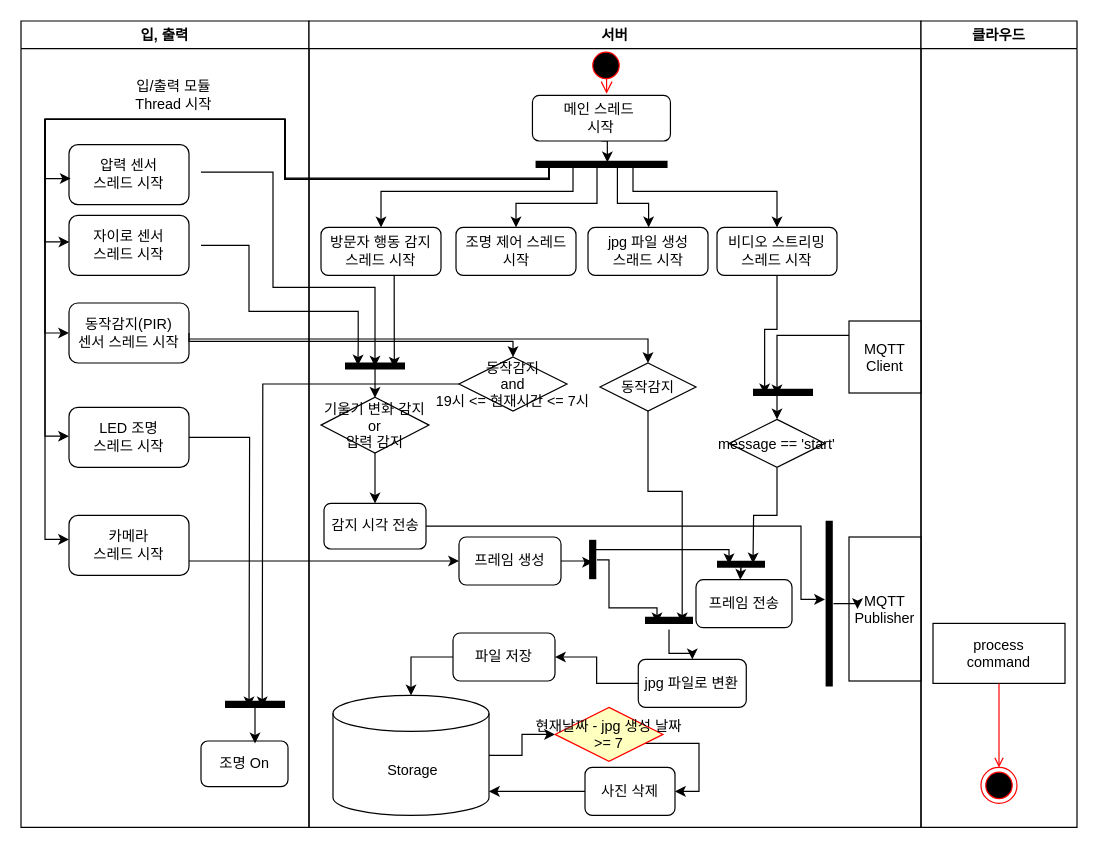
This is IoT/Untitled Diagram.drawio from woorim1022/TIL, a draw.io file, before an edit. Source tidied: cells renumbered, new cells numbered last; positions are measured from the earlier drawing's top-left corner, leaving out a move shared by most shapes. Both pictures are drawn from the tidied source at 120%, with x=0, y=0 at pixel (20, 20).
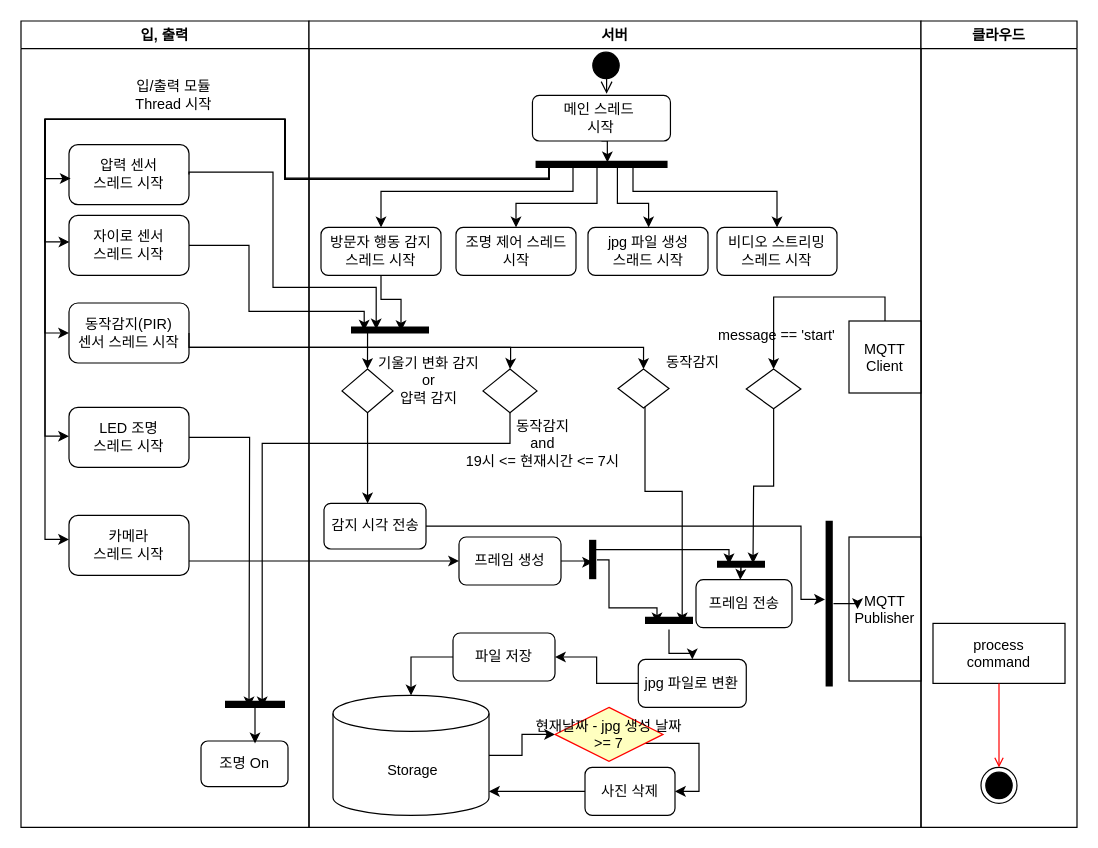
The same diagram, later.

The change refers to these unchanged cells:
```xml
<mxCell id="4" value="&lt;span&gt;압력 센서&lt;/span&gt;&lt;br&gt;스레드 시작" style="rounded=1;whiteSpace=wrap;html=1;startSize=23;" parent="2" vertex="1">
  <mxGeometry x="40" y="103" width="100" height="50" as="geometry" />
</mxCell>
<mxCell id="5" value="자이로 센서&lt;br style=&quot;padding: 0px ; margin: 0px&quot;&gt;스레드 시작" style="rounded=1;whiteSpace=wrap;html=1;startSize=23;" parent="2" vertex="1">
  <mxGeometry x="40" y="162" width="100" height="50" as="geometry" />
</mxCell>
<mxCell id="6" value="동작감지(PIR)&lt;br&gt;센서 스레드 시작" style="rounded=1;whiteSpace=wrap;html=1;startSize=23;" parent="2" vertex="1">
  <mxGeometry x="40" y="235" width="100" height="50" as="geometry" />
</mxCell>
<mxCell id="10" value="서버" style="swimlane;whiteSpace=wrap;startSize=23;" parent="1" vertex="1">
  <mxGeometry x="240" width="510" height="672" as="geometry" />
</mxCell>
<mxCell id="13" value="메인 스레드&amp;nbsp;&lt;br&gt;시작" style="rounded=1;whiteSpace=wrap;html=1;" parent="10" vertex="1">
  <mxGeometry x="186.2" y="62" width="115" height="38" as="geometry" />
</mxCell>
<mxCell id="20" value="MQTT&#10;Client" parent="10" vertex="1">
  <mxGeometry x="450" y="250" width="60" height="60" as="geometry" />
</mxCell>
<mxCell id="22" value="비디오 스트리밍&lt;br style=&quot;padding: 0px ; margin: 0px&quot;&gt;스레드 시작" style="rounded=1;whiteSpace=wrap;html=1;strokeColor=#000000;fillColor=#FFFFFF;" parent="10" vertex="1">
  <mxGeometry x="340" y="172" width="100" height="40" as="geometry" />
</mxCell>
<mxCell id="24" value="방문자 행동 감지&lt;br style=&quot;padding: 0px ; margin: 0px&quot;&gt;스레드 시작" style="rounded=1;whiteSpace=wrap;html=1;strokeColor=#000000;fillColor=#FFFFFF;" parent="10" vertex="1">
  <mxGeometry x="10" y="172" width="100" height="40" as="geometry" />
</mxCell>
<mxCell id="44" value="감지 시각 전송" style="rounded=1;whiteSpace=wrap;html=1;startSize=23;" parent="10" vertex="1">
  <mxGeometry x="12.5" y="402" width="85" height="38" as="geometry" />
</mxCell>
<mxCell id="52" value="클라우드" style="swimlane;whiteSpace=wrap;" parent="1" vertex="1">
  <mxGeometry x="750" width="130" height="672" as="geometry" />
</mxCell>
```

What changed in the source:
```diff
@@
-    <mxCell id="11" style="edgeStyle=elbowEdgeStyle;elbow=horizontal;verticalAlign=bottom;endArrow=open;endSize=8;strokeColor=#FF0000;endFill=1;rounded=0;exitX=0.577;exitY=0.84;exitDx=0;exitDy=0;exitPerimeter=0;entryX=0.537;entryY=-0.036;entryDx=0;entryDy=0;entryPerimeter=0;" parent="10" edge="1" source="19" target="13">
+    <mxCell id="11" style="edgeStyle=elbowEdgeStyle;elbow=horizontal;verticalAlign=bottom;endArrow=open;endSize=8;strokeColor=#000000;endFill=1;rounded=0;exitX=0.577;exitY=0.84;exitDx=0;exitDy=0;exitPerimeter=0;entryX=0.537;entryY=-0.036;entryDx=0;entryDy=0;entryPerimeter=0;" parent="10" edge="1" source="19" target="13">
       <mxGeometry x="332.5" y="10" as="geometry">
         <Array as="points">
           <mxPoint x="248" y="62" />
         </Array>
       </mxGeometry>
     </mxCell>
@@
-    <mxCell id="19" style="ellipse;shape=startState;fillColor=#000000;strokeColor=#ff0000;" parent="10" vertex="1">
+    <mxCell id="19" style="ellipse;shape=startState;fillColor=#000000;strokeColor=#000000;" parent="10" vertex="1">
       <mxGeometry x="232.5" y="22" width="30" height="30" as="geometry" />
     </mxCell>
+    <mxCell id="83" style="edgeStyle=orthogonalEdgeStyle;rounded=0;jettySize=auto;html=1;entryX=0.5;entryY=0;entryDx=0;entryDy=0;startSize=23;strokeColor=#000000;" parent="10" edge="1" source="20" target="31">
+      <mxGeometry relative="1" as="geometry">
+        <Array as="points">
+          <mxPoint x="480" y="230" />
+          <mxPoint x="387" y="230" />
+        </Array>
+      </mxGeometry>
+    </mxCell>
@@
-    <mxCell id="23" style="edgeStyle=orthogonalEdgeStyle;rounded=0;jettySize=auto;html=1;entryX=0.822;entryY=0.6;entryDx=0;entryDy=0;entryPerimeter=0;startSize=23;strokeColor=#000000;" parent="10" edge="1" source="24" target="50">
-      <mxGeometry relative="1" as="geometry">
-        <Array as="points">
-          <mxPoint x="71" y="232" />
-          <mxPoint x="71" y="232" />
-        </Array>
-      </mxGeometry>
+    <mxCell id="23" style="edgeStyle=orthogonalEdgeStyle;rounded=0;jettySize=auto;html=1;startSize=23;strokeColor=#000000;entryX=0.641;entryY=0.566;entryDx=0;entryDy=0;entryPerimeter=0;" parent="10" edge="1" source="24" target="50">
+      <mxGeometry relative="1" as="geometry" />
     </mxCell>
@@
-    <mxCell id="27" value="동작감지" style="rhombus;fillColor=#FFFFFF;strokeColor=#000000;" parent="10" vertex="1">
-      <mxGeometry x="242.5" y="285" width="80" height="40" as="geometry" />
+    <mxCell id="27" style="rhombus;fillColor=#FFFFFF;strokeColor=#000000;" parent="10" vertex="1">
+      <mxGeometry x="257.5" y="290" width="42.5" height="32.5" as="geometry" />
     </mxCell>
@@
-    <mxCell id="31" value="message == 'start'" style="rhombus;fillColor=#FFFFFF;strokeColor=#000000;" parent="10" vertex="1">
-      <mxGeometry x="350" y="332" width="80" height="40" as="geometry" />
-    </mxCell>
@@
-    <mxCell id="33" value="동작감지&#10;and&#10;19시 &lt;= 현재시간 &lt;= 7시" style="rhombus;fillColor=#FFFFFF;strokeColor=#000000;" parent="10" vertex="1">
-      <mxGeometry x="125" y="280" width="90" height="45" as="geometry" />
+    <mxCell id="33" style="rhombus;fillColor=#FFFFFF;strokeColor=#000000;" parent="10" vertex="1">
+      <mxGeometry x="145" y="290" width="45" height="36.5" as="geometry" />
     </mxCell>
     <mxCell id="34" style="edgeStyle=orthogonalEdgeStyle;rounded=0;jettySize=auto;html=1;startSize=23;strokeColor=#000000;" parent="10" edge="1" source="35" target="44">
-      <mxGeometry relative="1" as="geometry" />
+      <mxGeometry relative="1" as="geometry">
+        <Array as="points">
+          <mxPoint x="49" y="382" />
+          <mxPoint x="49" y="382" />
+        </Array>
+      </mxGeometry>
     </mxCell>
-    <mxCell id="35" value="기울기 변화 감지&#10;or&#10;압력 감지" style="rhombus;fillColor=#FFFFFF;strokeColor=#000000;shadow=0;" parent="10" vertex="1">
-      <mxGeometry x="10" y="313.5" width="90" height="46.5" as="geometry" />
+    <mxCell id="35" style="rhombus;fillColor=#FFFFFF;strokeColor=#000000;shadow=0;" parent="10" vertex="1">
+      <mxGeometry x="27.5" y="290" width="42.5" height="36.5" as="geometry" />
     </mxCell>
@@
-    <mxCell id="46" style="edgeStyle=orthogonalEdgeStyle;rounded=0;orthogonalLoop=1;jettySize=auto;html=1;exitX=0.5;exitY=1;exitDx=0;exitDy=0;startSize=23;strokeColor=#000000;" parent="10" edge="1" source="27" target="27">
-      <mxGeometry relative="1" as="geometry" />
-    </mxCell>
@@
-    <mxCell id="49" style="edgeStyle=orthogonalEdgeStyle;rounded=0;jettySize=auto;html=1;startSize=23;strokeColor=#000000;exitX=0.501;exitY=0.547;exitDx=0;exitDy=0;exitPerimeter=0;" parent="10" edge="1" source="50">
-      <mxGeometry relative="1" as="geometry">
-        <mxPoint x="55" y="314" as="targetPoint" />
-      </mxGeometry>
+    <mxCell id="49" style="edgeStyle=orthogonalEdgeStyle;rounded=0;jettySize=auto;html=1;startSize=23;strokeColor=#000000;exitX=0.501;exitY=0.547;exitDx=0;exitDy=0;exitPerimeter=0;entryX=0.5;entryY=0;entryDx=0;entryDy=0;" parent="10" edge="1" source="50" target="35">
+      <mxGeometry relative="1" as="geometry" />
     </mxCell>
     <mxCell id="50" style="shape=line;strokeWidth=6;strokeColor=#000000;rotation=0;fillColor=#FFFFFF;" parent="10" vertex="1">
-      <mxGeometry x="30" y="280" width="50" height="15" as="geometry" />
+      <mxGeometry x="35" y="250" width="65" height="15" as="geometry" />
     </mxCell>
     <mxCell id="51" style="edgeStyle=orthogonalEdgeStyle;rounded=0;jettySize=auto;html=1;startSize=23;strokeColor=#000000;" parent="10" edge="1" source="27">
       <mxGeometry relative="1" as="geometry">
         <mxPoint x="311" y="502" as="targetPoint" />
         <Array as="points">
-          <mxPoint x="283" y="392" />
+          <mxPoint x="280" y="392" />
           <mxPoint x="311" y="392" />
         </Array>
       </mxGeometry>
     </mxCell>
+    <mxCell id="31" style="rhombus;fillColor=#FFFFFF;strokeColor=#000000;" parent="10" vertex="1">
+      <mxGeometry x="364.4" y="290" width="45.5" height="33.2" as="geometry" />
+    </mxCell>
+    <mxCell id="84" value="&lt;span&gt;기울기 변화 감지&lt;/span&gt;&lt;br style=&quot;padding: 0px ; margin: 0px&quot;&gt;&lt;span&gt;or&lt;/span&gt;&lt;br style=&quot;padding: 0px ; margin: 0px&quot;&gt;&lt;span&gt;압력 감지&lt;/span&gt;" style="text;html=1;strokeColor=none;fillColor=none;align=center;verticalAlign=middle;whiteSpace=wrap;rounded=0;shadow=0;" parent="10" vertex="1">
+      <mxGeometry x="50" y="290" width="100" height="20" as="geometry" />
+    </mxCell>
+    <mxCell id="85" value="&lt;span&gt;동작감지&lt;/span&gt;&lt;br style=&quot;padding: 0px ; margin: 0px&quot;&gt;&lt;span&gt;and&lt;/span&gt;&lt;br style=&quot;padding: 0px ; margin: 0px&quot;&gt;&lt;span&gt;19시 &amp;lt;= 현재시간 &amp;lt;= 7시&lt;/span&gt;" style="text;html=1;strokeColor=none;fillColor=none;align=center;verticalAlign=middle;whiteSpace=wrap;rounded=0;shadow=0;" parent="10" vertex="1">
+      <mxGeometry x="125" y="342" width="140" height="20" as="geometry" />
+    </mxCell>
+    <mxCell id="86" value="&lt;span&gt;message == 'start'&lt;/span&gt;" style="text;html=1;strokeColor=none;fillColor=none;align=center;verticalAlign=middle;whiteSpace=wrap;rounded=0;shadow=0;" parent="10" vertex="1">
+      <mxGeometry x="340" y="252" width="100" height="20" as="geometry" />
+    </mxCell>
@@
-    <mxCell id="54" style="ellipse;shape=endState;fillColor=#000000;strokeColor=#ff0000;" parent="52" vertex="1">
+    <mxCell id="54" style="ellipse;shape=endState;fillColor=#000000;strokeColor=#000000;" parent="52" vertex="1">
       <mxGeometry x="50" y="622" width="30" height="30" as="geometry" />
     </mxCell>
@@
     <mxCell id="61" style="edgeStyle=orthogonalEdgeStyle;rounded=0;jettySize=auto;html=1;entryX=0.5;entryY=0;entryDx=0;entryDy=0;startSize=23;strokeColor=#000000;exitX=1;exitY=0.5;exitDx=0;exitDy=0;" parent="1" edge="1" source="6" target="33">
       <mxGeometry relative="1" as="geometry">
         <Array as="points">
-          <mxPoint x="140" y="267" />
-          <mxPoint x="410" y="267" />
+          <mxPoint x="140" y="272" />
+          <mxPoint x="408" y="272" />
+          <mxPoint x="408" y="282" />
+          <mxPoint x="408" y="282" />
         </Array>
       </mxGeometry>
     </mxCell>
     <mxCell id="62" style="edgeStyle=orthogonalEdgeStyle;rounded=0;jettySize=auto;html=1;entryX=0.5;entryY=0;entryDx=0;entryDy=0;startSize=23;strokeColor=#000000;" parent="1" edge="1" source="6" target="27">
       <mxGeometry relative="1" as="geometry">
         <Array as="points">
-          <mxPoint x="523" y="265" />
+          <mxPoint x="519" y="272" />
+          <mxPoint x="519" y="290" />
         </Array>
       </mxGeometry>
     </mxCell>
-    <mxCell id="63" style="edgeStyle=orthogonalEdgeStyle;rounded=0;orthogonalLoop=1;jettySize=auto;html=1;startSize=23;strokeColor=#000000;" parent="1" edge="1">
+    <mxCell id="63" style="edgeStyle=orthogonalEdgeStyle;rounded=0;jettySize=auto;html=1;startSize=23;strokeColor=#000000;exitX=1;exitY=0.5;exitDx=0;exitDy=0;" parent="1" edge="1" source="4">
       <mxGeometry relative="1" as="geometry">
-        <mxPoint x="150" y="126" as="sourcePoint" />
-        <mxPoint x="295" y="288" as="targetPoint" />
+        <mxPoint x="296" y="257" as="targetPoint" />
         <Array as="points">
+          <mxPoint x="140" y="126" />
           <mxPoint x="210" y="126" />
           <mxPoint x="210" y="222" />
-          <mxPoint x="295" y="222" />
-          <mxPoint x="295" y="288" />
+          <mxPoint x="296" y="222" />
+          <mxPoint x="296" y="257" />
         </Array>
       </mxGeometry>
     </mxCell>
-    <mxCell id="64" style="edgeStyle=orthogonalEdgeStyle;rounded=0;jettySize=auto;html=1;startSize=23;strokeColor=#000000;entryX=0.215;entryY=0.47;entryDx=0;entryDy=0;entryPerimeter=0;" parent="1" edge="1" target="50">
+    <mxCell id="64" style="edgeStyle=orthogonalEdgeStyle;rounded=0;jettySize=auto;html=1;startSize=23;strokeColor=#000000;exitX=1;exitY=0.5;exitDx=0;exitDy=0;" parent="1" edge="1" source="5">
       <mxGeometry relative="1" as="geometry">
-        <mxPoint x="150" y="187" as="sourcePoint" />
+        <mxPoint x="286" y="258" as="targetPoint" />
         <Array as="points">
           <mxPoint x="190" y="187" />
           <mxPoint x="190" y="242" />
-          <mxPoint x="281" y="242" />
-          <mxPoint x="281" y="272" />
-          <mxPoint x="281" y="272" />
+          <mxPoint x="286" y="242" />
         </Array>
       </mxGeometry>
     </mxCell>
-    <mxCell id="65" style="edgeStyle=orthogonalEdgeStyle;rounded=0;jettySize=auto;html=1;startSize=23;strokeColor=#000000;" parent="1" edge="1" source="33">
+    <mxCell id="65" style="edgeStyle=orthogonalEdgeStyle;rounded=0;jettySize=auto;html=1;startSize=23;strokeColor=#000000;startArrow=none;exitX=0.5;exitY=1;exitDx=0;exitDy=0;" parent="1" edge="1" source="33">
       <mxGeometry relative="1" as="geometry">
         <mxPoint x="201" y="572" as="targetPoint" />
+        <Array as="points">
+          <mxPoint x="408" y="352" />
+          <mxPoint x="201" y="352" />
+        </Array>
       </mxGeometry>
     </mxCell>
@@
-    <mxCell id="76" style="shape=line;strokeWidth=6;strokeColor=#000000;rotation=0;fillColor=#FFFFFF;" parent="1" vertex="1">
-      <mxGeometry x="610" y="302" width="50" height="15" as="geometry" />
-    </mxCell>
-    <mxCell id="77" style="edgeStyle=orthogonalEdgeStyle;rounded=0;jettySize=auto;html=1;startSize=23;strokeColor=#000000;" parent="1" edge="1" source="20">
-      <mxGeometry relative="1" as="geometry">
-        <mxPoint x="630" y="312" as="targetPoint" />
-        <Array as="points">
-          <mxPoint x="630" y="262" />
-        </Array>
-      </mxGeometry>
-    </mxCell>
-    <mxCell id="78" style="edgeStyle=orthogonalEdgeStyle;rounded=0;jettySize=auto;html=1;entryX=0.194;entryY=0.609;entryDx=0;entryDy=0;entryPerimeter=0;startSize=23;strokeColor=#000000;" parent="1" edge="1" source="22" target="76">
-      <mxGeometry relative="1" as="geometry" />
-    </mxCell>
-    <mxCell id="79" style="edgeStyle=orthogonalEdgeStyle;rounded=0;jettySize=auto;html=1;exitX=1;exitY=0.5;exitDx=0;exitDy=0;exitPerimeter=0;entryX=0.5;entryY=0;entryDx=0;entryDy=0;startSize=23;strokeColor=#000000;" parent="1" edge="1" source="76" target="31">
-      <mxGeometry relative="1" as="geometry" />
-    </mxCell>
@@
+    <mxCell id="87" value="&lt;span&gt;동작감지&lt;/span&gt;" style="text;html=1;strokeColor=none;fillColor=none;align=center;verticalAlign=middle;whiteSpace=wrap;rounded=0;shadow=0;" parent="1" vertex="1">
+      <mxGeometry x="530" y="275" width="60" height="20" as="geometry" />
+    </mxCell>
```
